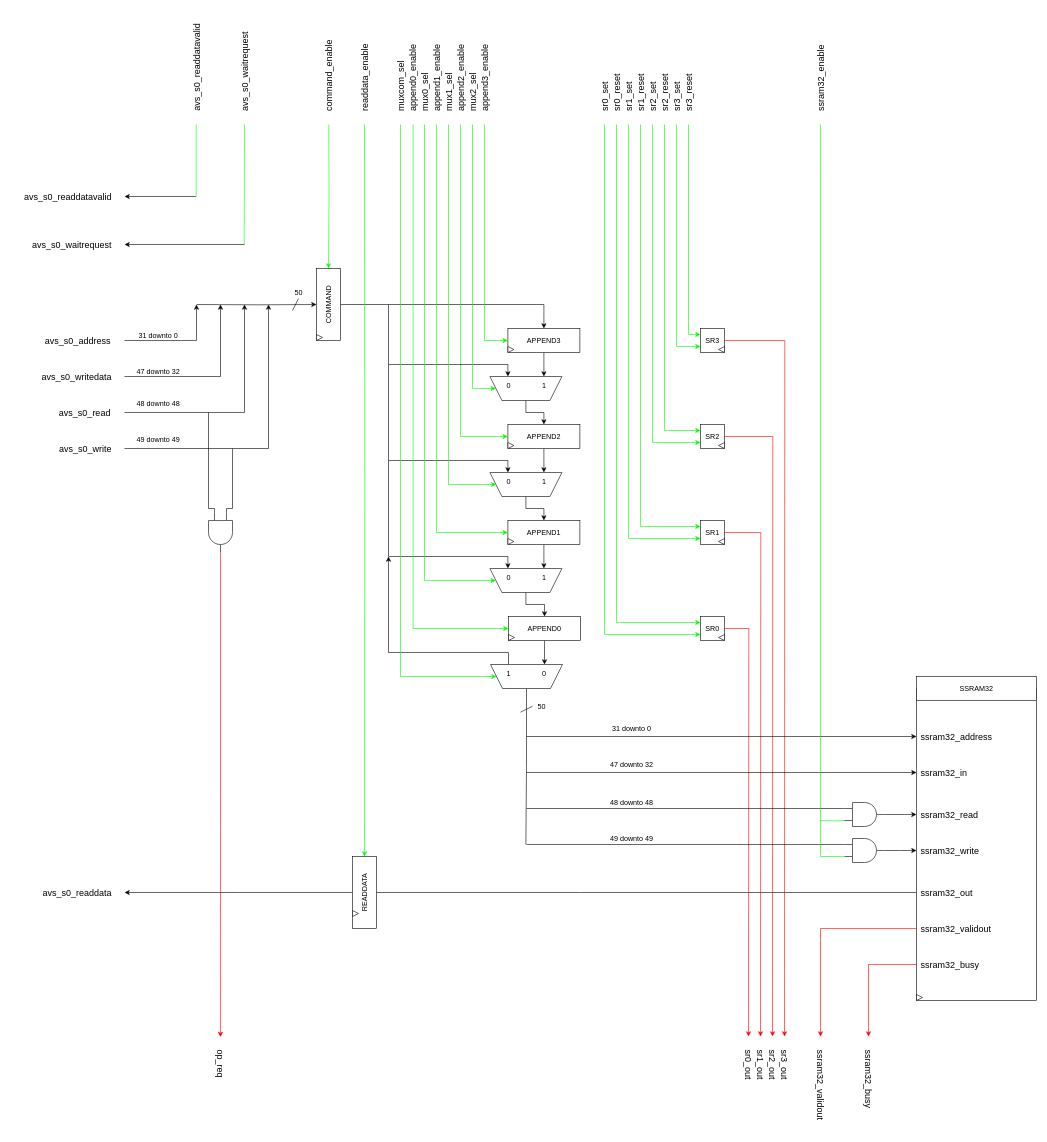
The draw.io diagram page "AvalonMM_to_sram: RTL" (3 of 4) of rtl/avalon_hyperRAM_interface.drawio in AndreaBononi/IP_cores, before the edit. Source tidied: cells renumbered, new cells numbered last; positions are measured from the earlier drawing's top-left corner, leaving out a move shared by most shapes. Both pictures are drawn from the tidied source at 60%, with x=0, y=0 at pixel (10, 52).
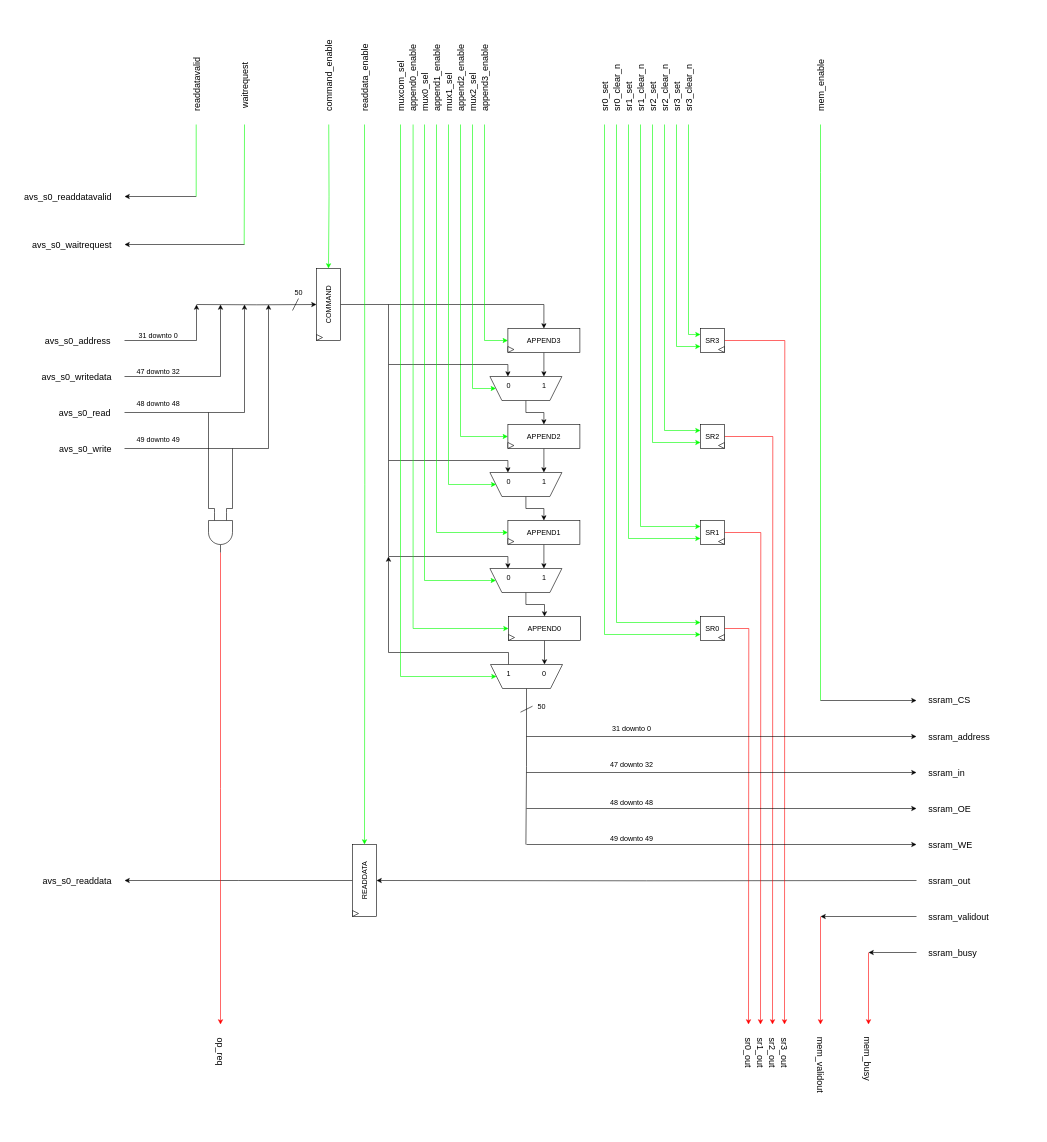
The same diagram, later.

Unchanged cells that the change refers to:
```xml
<mxCell id="72" value="SR3" style="rounded=0;whiteSpace=wrap;html=1;" parent="1" vertex="1">
  <mxGeometry x="1150" y="460" width="40" height="40" as="geometry" />
</mxCell>
<mxCell id="75" value="SR2" style="rounded=0;whiteSpace=wrap;html=1;" parent="1" vertex="1">
  <mxGeometry x="1150" y="620" width="40" height="40" as="geometry" />
</mxCell>
<mxCell id="77" value="SR1" style="rounded=0;whiteSpace=wrap;html=1;" parent="1" vertex="1">
  <mxGeometry x="1150" y="780" width="40" height="40" as="geometry" />
</mxCell>
<mxCell id="79" value="SR0" style="rounded=0;whiteSpace=wrap;html=1;" parent="1" vertex="1">
  <mxGeometry x="1150" y="940" width="40" height="40" as="geometry" />
</mxCell>
<mxCell id="143" style="verticalLabelPosition=bottom;shadow=0;dashed=0;align=center;html=1;verticalAlign=top;shape=mxgraph.electrical.logic_gates.logic_gate;operation=and;direction=south;" parent="1" vertex="1">
  <mxGeometry x="330" y="766.7" width="40" height="66.7" as="geometry" />
</mxCell>
```

Diff of the diagram source:
```diff
@@
-    <mxCell id="2" style="edgeStyle=orthogonalEdgeStyle;rounded=0;orthogonalLoop=1;jettySize=auto;html=1;entryX=0.5;entryY=0;entryDx=0;entryDy=0;" parent="1" edge="1">
+    <mxCell id="2" style="edgeStyle=orthogonalEdgeStyle;rounded=0;jettySize=auto;html=1;entryX=0.5;entryY=0;entryDx=0;entryDy=0;" parent="1" edge="1" target="35">
       <mxGeometry relative="1" as="geometry">
-        <mxPoint x="1510" y="1400" as="sourcePoint" />
-        <mxPoint x="590" y="1400" as="targetPoint" />
-        <Array as="points">
-          <mxPoint x="950" y="1400" />
-          <mxPoint x="950" y="1400" />
-        </Array>
+        <mxPoint x="1510" y="1380" as="sourcePoint" />
       </mxGeometry>
     </mxCell>
@@
     <mxCell id="4" value="avs_s0_readdata" style="text;html=1;align=right;verticalAlign=middle;strokeColor=none;fillColor=none;fontSize=15;" parent="1" vertex="1">
-      <mxGeometry x="30" y="1385" width="140" height="30" as="geometry" />
+      <mxGeometry x="30" y="1365" width="140" height="30" as="geometry" />
     </mxCell>
@@
     <mxCell id="13" style="edgeStyle=orthogonalEdgeStyle;rounded=0;orthogonalLoop=1;jettySize=auto;html=1;strokeColor=#FF0000;" parent="1" edge="1">
       <mxGeometry relative="1" as="geometry">
-        <mxPoint x="1510" y="1460" as="sourcePoint" />
-        <mxPoint x="1350" y="1640" as="targetPoint" />
+        <mxPoint x="1350" y="1440" as="sourcePoint" />
+        <mxPoint x="1350" y="1620" as="targetPoint" />
         <Array as="points">
-          <mxPoint x="1350" y="1460" />
+          <mxPoint x="1350" y="1440" />
         </Array>
       </mxGeometry>
     </mxCell>
-    <mxCell id="14" style="rounded=0;whiteSpace=wrap;html=1;" parent="1" vertex="1">
-      <mxGeometry x="1510" y="1060" width="200" height="520" as="geometry" />
-    </mxCell>
-    <mxCell id="15" style="triangle;whiteSpace=wrap;html=1;" parent="1" vertex="1">
-      <mxGeometry x="1510" y="1570" width="10" height="10" as="geometry" />
-    </mxCell>
-    <mxCell id="16" value="&lt;font style=&quot;font-size: 15px;&quot;&gt;avs_s0_readdatavalid&lt;/font&gt;" style="text;html=1;align=left;verticalAlign=middle;strokeColor=none;fillColor=none;rotation=-90;" parent="1" vertex="1">
-      <mxGeometry x="225.5" width="170" height="30" as="geometry" />
+    <mxCell id="16" value="&lt;font style=&quot;font-size: 15px;&quot;&gt;readdatavalid&lt;/font&gt;" style="text;html=1;align=left;verticalAlign=middle;strokeColor=none;fillColor=none;rotation=-90;" parent="1" vertex="1">
+      <mxGeometry x="255" y="30" width="110" height="30" as="geometry" />
     </mxCell>
@@
-    <mxCell id="19" value="&lt;font style=&quot;font-size: 15px;&quot;&gt;ssram32_address&lt;/font&gt;" style="text;html=1;align=left;verticalAlign=middle;strokeColor=none;fillColor=none;" parent="1" vertex="1">
-      <mxGeometry x="1515" y="1125" width="140" height="30" as="geometry" />
+    <mxCell id="19" value="&lt;font style=&quot;font-size: 15px;&quot;&gt;ssram_&lt;/font&gt;&lt;font style=&quot;font-size: 15px;&quot;&gt;&lt;font style=&quot;font-size: 15px;&quot;&gt;address&lt;/font&gt;&lt;/font&gt;" style="text;html=1;align=left;verticalAlign=middle;strokeColor=none;fillColor=none;" parent="1" vertex="1">
+      <mxGeometry x="1528" y="1125" width="130" height="30" as="geometry" />
     </mxCell>
-    <mxCell id="20" value="SSRAM32" style="rounded=0;whiteSpace=wrap;html=1;" parent="1" vertex="1">
-      <mxGeometry x="1510" y="1040" width="200" height="40" as="geometry" />
-    </mxCell>
@@
-    <mxCell id="22" value="&lt;div&gt;&lt;font style=&quot;font-size: 15px;&quot;&gt;ssram32_out&lt;/font&gt;&lt;/div&gt;" style="text;html=1;align=left;verticalAlign=middle;strokeColor=none;fillColor=none;" parent="1" vertex="1">
-      <mxGeometry x="1515" y="1385" width="110" height="30" as="geometry" />
+    <mxCell id="22" value="&lt;font style=&quot;font-size: 15px;&quot;&gt;ssram_&lt;/font&gt;&lt;font style=&quot;font-size: 15px;&quot;&gt;&lt;font style=&quot;font-size: 15px;&quot;&gt;out&lt;/font&gt;&lt;/font&gt;" style="text;html=1;align=left;verticalAlign=middle;strokeColor=none;fillColor=none;" parent="1" vertex="1">
+      <mxGeometry x="1528" y="1365" width="90" height="30" as="geometry" />
     </mxCell>
-    <mxCell id="23" value="&lt;div&gt;&lt;font style=&quot;font-size: 15px;&quot;&gt;ssram32_in&lt;/font&gt;&lt;/div&gt;" style="text;html=1;align=left;verticalAlign=middle;strokeColor=none;fillColor=none;" parent="1" vertex="1">
-      <mxGeometry x="1515" y="1185" width="100" height="30" as="geometry" />
+    <mxCell id="23" value="&lt;font style=&quot;font-size: 15px;&quot;&gt;ssram_&lt;/font&gt;&lt;font style=&quot;font-size: 15px;&quot;&gt;in&lt;/font&gt;" style="text;html=1;align=left;verticalAlign=middle;strokeColor=none;fillColor=none;" parent="1" vertex="1">
+      <mxGeometry x="1528" y="1185" width="80" height="30" as="geometry" />
     </mxCell>
-    <mxCell id="24" value="&lt;font style=&quot;font-size: 15px;&quot;&gt;ssram32_&lt;font style=&quot;font-size: 15px;&quot;&gt;validout&lt;/font&gt;&lt;/font&gt;" style="text;html=1;align=left;verticalAlign=middle;strokeColor=none;fillColor=none;" parent="1" vertex="1">
-      <mxGeometry x="1515" y="1445" width="140" height="30" as="geometry" />
+    <mxCell id="24" value="&lt;font style=&quot;font-size: 15px;&quot;&gt;ssram_&lt;/font&gt;&lt;font style=&quot;font-size: 15px;&quot;&gt;&lt;font style=&quot;font-size: 15px;&quot;&gt;validout&lt;/font&gt;&lt;/font&gt;" style="text;html=1;align=left;verticalAlign=middle;strokeColor=none;fillColor=none;" parent="1" vertex="1">
+      <mxGeometry x="1528" y="1425" width="120" height="30" as="geometry" />
     </mxCell>
-    <mxCell id="25" value="&lt;font style=&quot;font-size: 15px;&quot;&gt;ssram32_write&lt;/font&gt;" style="text;html=1;align=left;verticalAlign=middle;strokeColor=none;fillColor=none;rotation=0;" parent="1" vertex="1">
-      <mxGeometry x="1515" y="1315" width="120" height="30" as="geometry" />
+    <mxCell id="25" value="&lt;font style=&quot;font-size: 15px;&quot;&gt;ssram_&lt;/font&gt;&lt;font style=&quot;font-size: 15px;&quot;&gt;WE&lt;/font&gt;" style="text;html=1;align=left;verticalAlign=middle;strokeColor=none;fillColor=none;rotation=0;" parent="1" vertex="1">
+      <mxGeometry x="1528" y="1305" width="100" height="30" as="geometry" />
     </mxCell>
-    <mxCell id="26" value="&lt;font style=&quot;font-size: 15px;&quot;&gt;ssram32_read&lt;/font&gt;" style="text;html=1;align=left;verticalAlign=middle;strokeColor=none;fillColor=none;rotation=0;" parent="1" vertex="1">
-      <mxGeometry x="1515" y="1255" width="120" height="30" as="geometry" />
+    <mxCell id="26" value="&lt;font style=&quot;font-size: 15px;&quot;&gt;ssram_&lt;/font&gt;&lt;font style=&quot;font-size: 15px;&quot;&gt;OE&lt;/font&gt;" style="text;html=1;align=left;verticalAlign=middle;strokeColor=none;fillColor=none;rotation=0;" parent="1" vertex="1">
+      <mxGeometry x="1528" y="1245" width="90" height="30" as="geometry" />
     </mxCell>
@@
     <mxCell id="33" style="edgeStyle=orthogonalEdgeStyle;rounded=0;jettySize=auto;html=1;exitX=0.5;exitY=1;exitDx=0;exitDy=0;" parent="1" edge="1" source="35">
       <mxGeometry relative="1" as="geometry">
-        <mxPoint x="190" y="1400" as="targetPoint" />
+        <mxPoint x="190" y="1380" as="targetPoint" />
       </mxGeometry>
     </mxCell>
@@
     <mxCell id="35" value="READDATA" style="rounded=0;whiteSpace=wrap;html=1;direction=south;horizontal=0;" parent="1" vertex="1">
-      <mxGeometry x="570" y="1340" width="40" height="120" as="geometry" />
+      <mxGeometry x="570" y="1320" width="40" height="120" as="geometry" />
     </mxCell>
@@
     <mxCell id="37" value="op_req" style="text;html=1;align=left;verticalAlign=middle;strokeColor=none;fillColor=none;fontSize=15;rotation=90;" parent="1" vertex="1">
-      <mxGeometry x="315" y="1680" width="70" height="30" as="geometry" />
+      <mxGeometry x="315" y="1660" width="70" height="30" as="geometry" />
     </mxCell>
@@
     <mxCell id="67" style="edgeStyle=orthogonalEdgeStyle;rounded=0;jettySize=auto;html=1;exitX=1;exitY=0.5;exitDx=0;exitDy=0;strokeColor=#FF0000;" parent="1" edge="1" source="72">
       <mxGeometry relative="1" as="geometry">
-        <mxPoint x="1290" y="1640" as="targetPoint" />
+        <mxPoint x="1290" y="1620" as="targetPoint" />
       </mxGeometry>
     </mxCell>
@@
     <mxCell id="74" style="edgeStyle=orthogonalEdgeStyle;rounded=0;jettySize=auto;html=1;exitX=1;exitY=0.5;exitDx=0;exitDy=0;strokeColor=#FF0000;" parent="1" edge="1" source="75">
       <mxGeometry relative="1" as="geometry">
-        <mxPoint x="1270" y="1640" as="targetPoint" />
+        <mxPoint x="1270" y="1620" as="targetPoint" />
       </mxGeometry>
     </mxCell>
@@
     <mxCell id="76" style="edgeStyle=orthogonalEdgeStyle;rounded=0;jettySize=auto;html=1;exitX=1;exitY=0.5;exitDx=0;exitDy=0;strokeColor=#FF0000;" parent="1" edge="1" source="77">
       <mxGeometry relative="1" as="geometry">
-        <mxPoint x="1250" y="1640" as="targetPoint" />
+        <mxPoint x="1250" y="1620" as="targetPoint" />
       </mxGeometry>
     </mxCell>
@@
     <mxCell id="78" style="edgeStyle=orthogonalEdgeStyle;rounded=0;jettySize=auto;html=1;exitX=1;exitY=0.5;exitDx=0;exitDy=0;strokeColor=#FF0000;" parent="1" edge="1" source="79">
       <mxGeometry relative="1" as="geometry">
-        <mxPoint x="1230" y="1640" as="targetPoint" />
+        <mxPoint x="1230" y="1620" as="targetPoint" />
       </mxGeometry>
     </mxCell>
@@
-    <mxCell id="91" style="endArrow=none;html=1;rounded=0;endFill=0;entryX=0;entryY=0.25;entryDx=0;entryDy=0;entryPerimeter=0;" parent="1" edge="1" target="105">
+    <mxCell id="91" style="endArrow=classic;html=1;rounded=0;endFill=1;" parent="1" edge="1">
       <mxGeometry relative="1" as="geometry">
         <mxPoint x="860" y="1260" as="sourcePoint" />
+        <mxPoint x="1510" y="1260" as="targetPoint" />
       </mxGeometry>
     </mxCell>
-    <mxCell id="92" style="endArrow=none;html=1;rounded=0;endFill=0;" parent="1" edge="1">
+    <mxCell id="92" style="endArrow=classic;html=1;rounded=0;endFill=1;" parent="1" edge="1">
       <mxGeometry relative="1" as="geometry">
         <mxPoint x="860" y="1320" as="sourcePoint" />
-        <mxPoint x="1390" y="1320" as="targetPoint" />
+        <mxPoint x="1510" y="1320" as="targetPoint" />
       </mxGeometry>
     </mxCell>
@@
-    <mxCell id="103" style="edgeStyle=orthogonalEdgeStyle;rounded=0;jettySize=auto;html=1;exitX=1;exitY=0.5;exitDx=0;exitDy=0;exitPerimeter=0;" parent="1" edge="1" source="105">
-      <mxGeometry relative="1" as="geometry">
-        <mxPoint x="1510" y="1270" as="targetPoint" />
-        <Array as="points">
-          <mxPoint x="1490" y="1270" />
-          <mxPoint x="1490" y="1270" />
-        </Array>
-      </mxGeometry>
-    </mxCell>
-    <mxCell id="104" style="edgeStyle=orthogonalEdgeStyle;rounded=0;jettySize=auto;html=1;exitX=0;exitY=0.75;exitDx=0;exitDy=0;exitPerimeter=0;entryX=0;entryY=0.75;entryDx=0;entryDy=0;entryPerimeter=0;strokeColor=#00FF00;endArrow=none;endFill=0;" parent="1" edge="1" target="105">
-      <mxGeometry relative="1" as="geometry">
-        <mxPoint x="1350" y="1280.1" as="sourcePoint" />
-      </mxGeometry>
-    </mxCell>
-    <mxCell id="105" style="verticalLabelPosition=bottom;shadow=0;dashed=0;align=center;html=1;verticalAlign=top;shape=mxgraph.electrical.logic_gates.logic_gate;operation=and;" parent="1" vertex="1">
-      <mxGeometry x="1390" y="1250" width="66.7" height="40" as="geometry" />
-    </mxCell>
-    <mxCell id="106" style="edgeStyle=orthogonalEdgeStyle;rounded=0;jettySize=auto;html=1;exitX=1;exitY=0.5;exitDx=0;exitDy=0;exitPerimeter=0;" parent="1" edge="1" source="108">
-      <mxGeometry relative="1" as="geometry">
-        <mxPoint x="1510" y="1330" as="targetPoint" />
-      </mxGeometry>
-    </mxCell>
-    <mxCell id="107" style="edgeStyle=orthogonalEdgeStyle;rounded=0;jettySize=auto;html=1;entryX=0;entryY=0.75;entryDx=0;entryDy=0;entryPerimeter=0;strokeColor=#00FF00;endArrow=none;endFill=0;" parent="1" edge="1" target="108">
+    <mxCell id="107" style="edgeStyle=orthogonalEdgeStyle;rounded=0;orthogonalLoop=1;jettySize=auto;html=1;strokeColor=#00FF00;endArrow=none;endFill=0;" parent="1" edge="1">
       <mxGeometry relative="1" as="geometry">
         <mxPoint x="1350" y="120" as="sourcePoint" />
+        <mxPoint x="1350" y="1080" as="targetPoint" />
         <Array as="points">
           <mxPoint x="1350" y="200" />
           <mxPoint x="1350" y="1340" />
         </Array>
       </mxGeometry>
     </mxCell>
-    <mxCell id="108" style="verticalLabelPosition=bottom;shadow=0;dashed=0;align=center;html=1;verticalAlign=top;shape=mxgraph.electrical.logic_gates.logic_gate;operation=and;" parent="1" vertex="1">
-      <mxGeometry x="1390" y="1310" width="66.7" height="40" as="geometry" />
-    </mxCell>
@@
-    <mxCell id="116" value="avs_s0_waitrequest" style="text;html=1;align=left;verticalAlign=middle;strokeColor=none;fillColor=none;fontSize=15;rotation=-90;" parent="1" vertex="1">
-      <mxGeometry x="310" y="5" width="160" height="30" as="geometry" />
+    <mxCell id="116" value="waitrequest" style="text;html=1;align=left;verticalAlign=middle;strokeColor=none;fillColor=none;fontSize=15;rotation=-90;" parent="1" vertex="1">
+      <mxGeometry x="340" y="30" width="100" height="30" as="geometry" />
     </mxCell>
@@
-    <mxCell id="127" value="sr0_reset" style="text;html=1;align=left;verticalAlign=middle;strokeColor=none;fillColor=none;fontSize=15;rotation=-90;" parent="1" vertex="1">
-      <mxGeometry x="965" y="40" width="90" height="30" as="geometry" />
+    <mxCell id="127" value="sr0_clear_n" style="text;html=1;align=left;verticalAlign=middle;strokeColor=none;fillColor=none;fontSize=15;rotation=-90;" parent="1" vertex="1">
+      <mxGeometry x="960" y="35" width="100" height="30" as="geometry" />
     </mxCell>
@@
-    <mxCell id="129" value="sr1_reset" style="text;html=1;align=left;verticalAlign=middle;strokeColor=none;fillColor=none;fontSize=15;rotation=-90;" parent="1" vertex="1">
-      <mxGeometry x="1005" y="40" width="90" height="30" as="geometry" />
-    </mxCell>
@@
-    <mxCell id="131" value="sr2_reset" style="text;html=1;align=left;verticalAlign=middle;strokeColor=none;fillColor=none;fontSize=15;rotation=-90;" parent="1" vertex="1">
-      <mxGeometry x="1045" y="40" width="90" height="30" as="geometry" />
-    </mxCell>
@@
-    <mxCell id="133" value="sr3_reset" style="text;html=1;align=left;verticalAlign=middle;strokeColor=none;fillColor=none;fontSize=15;rotation=-90;" parent="1" vertex="1">
-      <mxGeometry x="1085" y="40" width="90" height="30" as="geometry" />
-    </mxCell>
-    <mxCell id="134" value="ssram32_enable" style="text;html=1;align=left;verticalAlign=middle;strokeColor=none;fillColor=none;fontSize=15;rotation=-90;" parent="1" vertex="1">
-      <mxGeometry x="1285" y="20" width="130" height="30" as="geometry" />
+    <mxCell id="134" value="mem_enable" style="text;html=1;align=left;verticalAlign=middle;strokeColor=none;fillColor=none;fontSize=15;rotation=-90;" parent="1" vertex="1">
+      <mxGeometry x="1295" y="30" width="110" height="30" as="geometry" />
     </mxCell>
     <mxCell id="135" value="sr0_out" style="text;html=1;align=left;verticalAlign=middle;strokeColor=none;fillColor=none;fontSize=15;rotation=90;" parent="1" vertex="1">
-      <mxGeometry x="1195" y="1680" width="70" height="30" as="geometry" />
+      <mxGeometry x="1195" y="1660" width="70" height="30" as="geometry" />
     </mxCell>
     <mxCell id="136" value="&lt;div&gt;sr1_out&lt;/div&gt;" style="text;html=1;align=left;verticalAlign=middle;strokeColor=none;fillColor=none;fontSize=15;rotation=90;" parent="1" vertex="1">
-      <mxGeometry x="1215" y="1680" width="70" height="30" as="geometry" />
+      <mxGeometry x="1215" y="1660" width="70" height="30" as="geometry" />
     </mxCell>
     <mxCell id="137" value="sr2_out" style="text;html=1;align=left;verticalAlign=middle;strokeColor=none;fillColor=none;fontSize=15;rotation=90;" parent="1" vertex="1">
-      <mxGeometry x="1235" y="1680" width="70" height="30" as="geometry" />
+      <mxGeometry x="1235" y="1660" width="70" height="30" as="geometry" />
     </mxCell>
     <mxCell id="138" value="sr3_out" style="text;html=1;align=left;verticalAlign=middle;strokeColor=none;fillColor=none;fontSize=15;rotation=90;" parent="1" vertex="1">
-      <mxGeometry x="1255" y="1680" width="70" height="30" as="geometry" />
+      <mxGeometry x="1255" y="1660" width="70" height="30" as="geometry" />
     </mxCell>
-    <mxCell id="139" value="ssram32_validout" style="text;html=1;align=left;verticalAlign=middle;strokeColor=none;fillColor=none;fontSize=15;rotation=90;" parent="1" vertex="1">
-      <mxGeometry x="1280" y="1715" width="140" height="30" as="geometry" />
+    <mxCell id="139" value="&lt;div&gt;mem_validout&lt;/div&gt;" style="text;html=1;align=left;verticalAlign=middle;strokeColor=none;fillColor=none;fontSize=15;rotation=90;" parent="1" vertex="1">
+      <mxGeometry x="1290" y="1684" width="120" height="30" as="geometry" />
     </mxCell>
@@
     <mxCell id="142" style="edgeStyle=orthogonalEdgeStyle;rounded=0;jettySize=auto;html=1;exitX=1;exitY=0.5;exitDx=0;exitDy=0;exitPerimeter=0;strokeColor=#FF0000;" parent="1" edge="1" source="143">
       <mxGeometry relative="1" as="geometry">
-        <mxPoint x="349.9" y="1640.9" as="targetPoint" />
+        <mxPoint x="350" y="1620" as="targetPoint" />
       </mxGeometry>
     </mxCell>
@@
-    <mxCell id="144" value="&lt;font style=&quot;font-size: 15px;&quot;&gt;ssram32_busy&lt;/font&gt;" style="text;html=1;align=left;verticalAlign=middle;strokeColor=none;fillColor=none;" parent="1" vertex="1">
-      <mxGeometry x="1515" y="1505" width="120" height="30" as="geometry" />
+    <mxCell id="144" value="&lt;font style=&quot;font-size: 15px;&quot;&gt;ssram_&lt;/font&gt;&lt;font style=&quot;font-size: 15px;&quot;&gt;busy&lt;/font&gt;" style="text;html=1;align=left;verticalAlign=middle;strokeColor=none;fillColor=none;" parent="1" vertex="1">
+      <mxGeometry x="1528" y="1485" width="100" height="30" as="geometry" />
     </mxCell>
     <mxCell id="145" style="edgeStyle=orthogonalEdgeStyle;rounded=0;orthogonalLoop=1;jettySize=auto;html=1;strokeColor=#FF0000;" parent="1" edge="1">
       <mxGeometry relative="1" as="geometry">
-        <mxPoint x="1510" y="1520" as="sourcePoint" />
-        <mxPoint x="1430" y="1640" as="targetPoint" />
+        <mxPoint x="1430" y="1500" as="sourcePoint" />
+        <mxPoint x="1430" y="1620" as="targetPoint" />
         <Array as="points">
-          <mxPoint x="1430" y="1520" />
+          <mxPoint x="1430" y="1500" />
         </Array>
       </mxGeometry>
     </mxCell>
-    <mxCell id="146" value="&lt;div&gt;ssram32_busy&lt;/div&gt;" style="text;html=1;align=left;verticalAlign=middle;strokeColor=none;fillColor=none;fontSize=15;rotation=90;" parent="1" vertex="1">
-      <mxGeometry x="1370" y="1705" width="120" height="30" as="geometry" />
+    <mxCell id="146" value="&lt;div&gt;mem_busy&lt;/div&gt;" style="text;html=1;align=left;verticalAlign=middle;strokeColor=none;fillColor=none;fontSize=15;rotation=90;" parent="1" vertex="1">
+      <mxGeometry x="1378.3" y="1674" width="100" height="30" as="geometry" />
     </mxCell>
@@
+    <mxCell id="153" style="endArrow=classic;html=1;rounded=0;endFill=1;" parent="1" edge="1">
+      <mxGeometry relative="1" as="geometry">
+        <mxPoint x="1510" y="1440" as="sourcePoint" />
+        <mxPoint x="1350" y="1440" as="targetPoint" />
+      </mxGeometry>
+    </mxCell>
+    <mxCell id="154" style="endArrow=classic;html=1;rounded=0;endFill=1;" parent="1" edge="1">
+      <mxGeometry relative="1" as="geometry">
+        <mxPoint x="1510" y="1500" as="sourcePoint" />
+        <mxPoint x="1430" y="1500" as="targetPoint" />
+      </mxGeometry>
+    </mxCell>
+    <mxCell id="155" style="endArrow=classic;html=1;rounded=0;endFill=1;" parent="1" edge="1">
+      <mxGeometry relative="1" as="geometry">
+        <mxPoint x="1350" y="1080" as="sourcePoint" />
+        <mxPoint x="1510" y="1080" as="targetPoint" />
+      </mxGeometry>
+    </mxCell>
+    <mxCell id="156" value="&lt;font style=&quot;font-size: 15px;&quot;&gt;ssram_&lt;font style=&quot;font-size: 15px;&quot;&gt;&lt;font style=&quot;font-size: 15px;&quot;&gt;CS&lt;/font&gt;&lt;/font&gt;&lt;/font&gt;" style="text;html=1;align=left;verticalAlign=middle;strokeColor=none;fillColor=none;" parent="1" vertex="1">
+      <mxGeometry x="1528" y="1064" width="90" height="30" as="geometry" />
+    </mxCell>
+    <mxCell id="157" value="sr1_clear_n" style="text;html=1;align=left;verticalAlign=middle;strokeColor=none;fillColor=none;fontSize=15;rotation=-90;" parent="1" vertex="1">
+      <mxGeometry x="1000" y="35" width="100" height="30" as="geometry" />
+    </mxCell>
+    <mxCell id="158" value="sr2_clear_n" style="text;html=1;align=left;verticalAlign=middle;strokeColor=none;fillColor=none;fontSize=15;rotation=-90;" parent="1" vertex="1">
+      <mxGeometry x="1040" y="35" width="100" height="30" as="geometry" />
+    </mxCell>
+    <mxCell id="159" value="sr3_clear_n" style="text;html=1;align=left;verticalAlign=middle;strokeColor=none;fillColor=none;fontSize=15;rotation=-90;" parent="1" vertex="1">
+      <mxGeometry x="1080" y="35" width="100" height="30" as="geometry" />
+    </mxCell>
```
